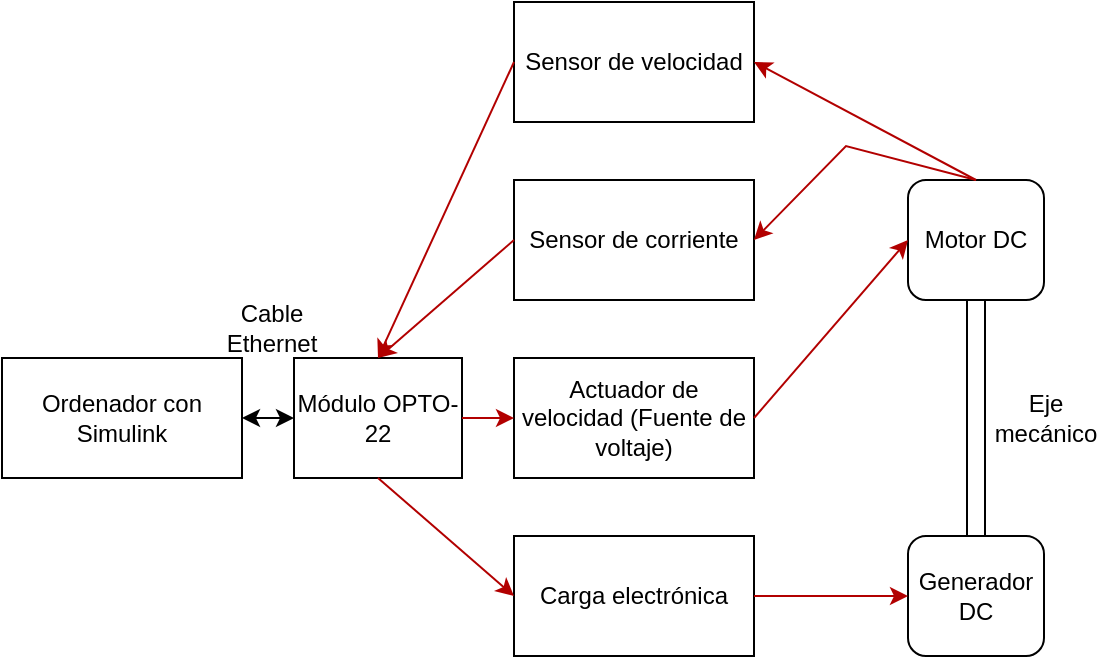
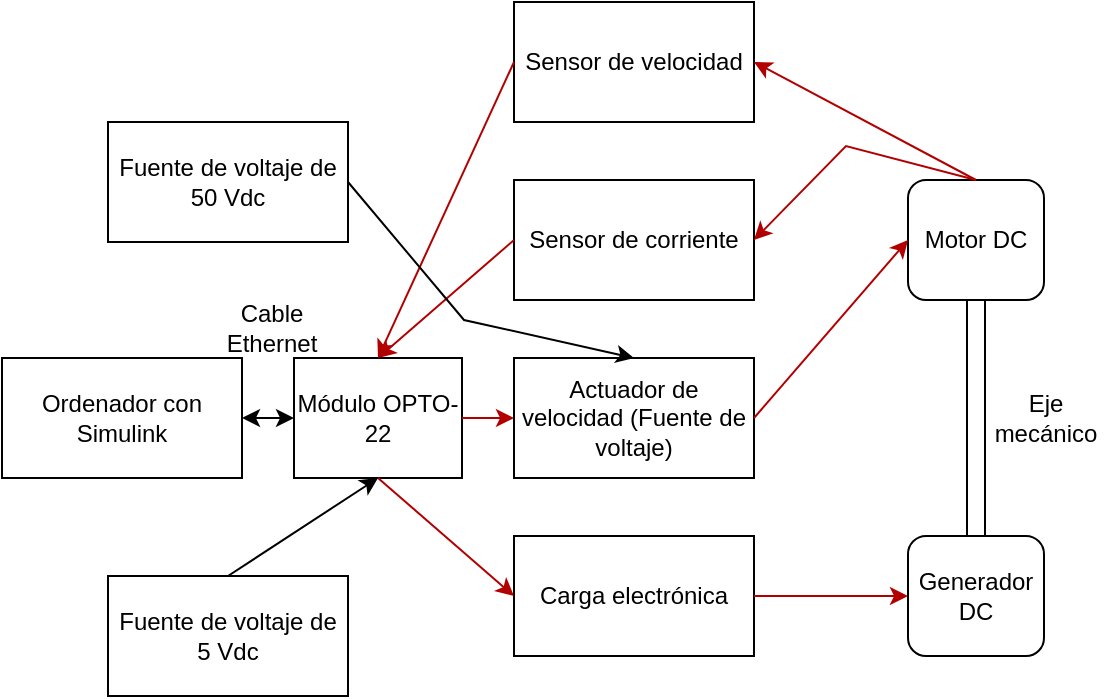
<mxfile host="app.diagrams.net" agent="Mozilla/5.0 (Windows NT 10.0; Win64; x64) AppleWebKit/537.36 (KHTML, like Gecko) Chrome/146.0.0.0 Safari/537.36">
  <diagram name="Page-1" id="ShHt2ZiYp_5Drl9_ofMf">
-     <mxGraphModel dx="1030" dy="619" grid="0" gridSize="10" guides="1" tooltips="1" connect="1" arrows="1" fold="1" page="1" pageScale="1" pageWidth="850" pageHeight="1100" math="0" shadow="0">
+     <mxGraphModel dx="1269" dy="601" grid="0" gridSize="10" guides="1" tooltips="1" connect="1" arrows="1" fold="1" page="1" pageScale="1" pageWidth="850" pageHeight="1100" math="0" shadow="0">
      <root>
        <mxCell id="0" />
        <mxCell id="1" parent="0" />
        <mxCell id="ESAjrUmxw6pbqdCfFex4-1" parent="1" style="rounded=0;whiteSpace=wrap;html=1;" value="Ordenador con Simulink" vertex="1">
          <mxGeometry height="60" width="120" x="114" y="237" as="geometry" />
        </mxCell>
        <mxCell id="ESAjrUmxw6pbqdCfFex4-3" parent="1" style="rounded=0;whiteSpace=wrap;html=1;" value="Actuador de velocidad (Fuente de voltaje)" vertex="1">
          <mxGeometry height="60" width="120" x="370" y="237" as="geometry" />
        </mxCell>
        <mxCell id="ESAjrUmxw6pbqdCfFex4-7" parent="1" style="rounded=0;whiteSpace=wrap;html=1;" value="Módulo OPTO-22" vertex="1">
          <mxGeometry height="60" width="84" x="260" y="237" as="geometry" />
        </mxCell>
        <mxCell id="ESAjrUmxw6pbqdCfFex4-8" edge="1" parent="1" source="ESAjrUmxw6pbqdCfFex4-1" style="endArrow=classic;startArrow=classic;html=1;rounded=0;entryX=0;entryY=0.5;entryDx=0;entryDy=0;exitX=1;exitY=0.5;exitDx=0;exitDy=0;" target="ESAjrUmxw6pbqdCfFex4-7" value="">
          <mxGeometry height="50" relative="1" width="50" as="geometry">
            <mxPoint x="258" y="316" as="sourcePoint" />
            <mxPoint x="308" y="266" as="targetPoint" />
          </mxGeometry>
        </mxCell>
        <mxCell id="ESAjrUmxw6pbqdCfFex4-10" parent="1" style="rounded=0;whiteSpace=wrap;html=1;" value="Sensor de corriente" vertex="1">
          <mxGeometry height="60" width="120" x="370" y="148" as="geometry" />
        </mxCell>
        <mxCell id="ESAjrUmxw6pbqdCfFex4-11" parent="1" style="rounded=0;whiteSpace=wrap;html=1;" value="Carga electrónica" vertex="1">
          <mxGeometry height="60" width="120" x="370" y="326" as="geometry" />
        </mxCell>
        <mxCell id="ESAjrUmxw6pbqdCfFex4-12" edge="1" parent="1" source="ESAjrUmxw6pbqdCfFex4-7" style="endArrow=classic;html=1;rounded=0;entryX=0;entryY=0.5;entryDx=0;entryDy=0;exitX=1;exitY=0.5;exitDx=0;exitDy=0;fillColor=#e51400;strokeColor=#B20000;" target="ESAjrUmxw6pbqdCfFex4-3" value="">
          <mxGeometry height="50" relative="1" width="50" as="geometry">
            <mxPoint x="408" y="321" as="sourcePoint" />
            <mxPoint x="458" y="271" as="targetPoint" />
          </mxGeometry>
        </mxCell>
        <mxCell id="ESAjrUmxw6pbqdCfFex4-14" edge="1" parent="1" source="ESAjrUmxw6pbqdCfFex4-7" style="endArrow=classic;html=1;rounded=0;entryX=0;entryY=0.5;entryDx=0;entryDy=0;exitX=0.5;exitY=1;exitDx=0;exitDy=0;fillColor=#e51400;strokeColor=#B20000;" target="ESAjrUmxw6pbqdCfFex4-11" value="">
          <mxGeometry height="50" relative="1" width="50" as="geometry">
            <mxPoint x="408" y="321" as="sourcePoint" />
            <mxPoint x="458" y="271" as="targetPoint" />
          </mxGeometry>
        </mxCell>
        <mxCell id="ESAjrUmxw6pbqdCfFex4-15" edge="1" parent="1" source="ESAjrUmxw6pbqdCfFex4-10" style="endArrow=classic;html=1;rounded=0;entryX=0.5;entryY=0;entryDx=0;entryDy=0;exitX=0;exitY=0.5;exitDx=0;exitDy=0;fillColor=#e51400;strokeColor=#B20000;" target="ESAjrUmxw6pbqdCfFex4-7" value="">
          <mxGeometry height="50" relative="1" width="50" as="geometry">
            <mxPoint x="408" y="321" as="sourcePoint" />
            <mxPoint x="458" y="271" as="targetPoint" />
          </mxGeometry>
        </mxCell>
        <mxCell id="ESAjrUmxw6pbqdCfFex4-16" parent="1" style="rounded=1;whiteSpace=wrap;html=1;" value="Motor DC" vertex="1">
          <mxGeometry height="60" width="68" x="567" y="148" as="geometry" />
        </mxCell>
        <mxCell id="ESAjrUmxw6pbqdCfFex4-18" parent="1" style="rounded=1;whiteSpace=wrap;html=1;" value="Generador DC" vertex="1">
          <mxGeometry height="60" width="68" x="567" y="326" as="geometry" />
        </mxCell>
        <mxCell id="ESAjrUmxw6pbqdCfFex4-20" edge="1" parent="1" source="ESAjrUmxw6pbqdCfFex4-18" style="shape=link;html=1;rounded=0;width=9;entryX=0.5;entryY=1;entryDx=0;entryDy=0;exitX=0.5;exitY=0;exitDx=0;exitDy=0;" target="ESAjrUmxw6pbqdCfFex4-16" value="">
          <mxGeometry relative="1" width="100" as="geometry">
            <mxPoint x="562" y="257" as="sourcePoint" />
            <mxPoint x="662" y="257" as="targetPoint" />
          </mxGeometry>
        </mxCell>
        <mxCell id="ESAjrUmxw6pbqdCfFex4-21" edge="1" parent="1" source="ESAjrUmxw6pbqdCfFex4-3" style="endArrow=classic;html=1;rounded=0;entryX=0;entryY=0.5;entryDx=0;entryDy=0;exitX=1;exitY=0.5;exitDx=0;exitDy=0;fillColor=#e51400;strokeColor=#B20000;" target="ESAjrUmxw6pbqdCfFex4-16" value="">
          <mxGeometry height="50" relative="1" width="50" as="geometry">
            <mxPoint x="514" y="232" as="sourcePoint" />
            <mxPoint x="564" y="182" as="targetPoint" />
          </mxGeometry>
        </mxCell>
        <mxCell id="ESAjrUmxw6pbqdCfFex4-23" parent="1" style="rounded=0;whiteSpace=wrap;html=1;" value="Sensor de velocidad" vertex="1">
          <mxGeometry height="60" width="120" x="370" y="59" as="geometry" />
        </mxCell>
        <mxCell id="ESAjrUmxw6pbqdCfFex4-24" edge="1" parent="1" source="ESAjrUmxw6pbqdCfFex4-11" style="endArrow=classic;html=1;rounded=0;entryX=0;entryY=0.5;entryDx=0;entryDy=0;exitX=1;exitY=0.5;exitDx=0;exitDy=0;fillColor=#e51400;strokeColor=#B20000;" target="ESAjrUmxw6pbqdCfFex4-18" value="">
          <mxGeometry height="50" relative="1" width="50" as="geometry">
            <mxPoint x="498" y="425" as="sourcePoint" />
            <mxPoint x="548" y="375" as="targetPoint" />
          </mxGeometry>
        </mxCell>
        <mxCell id="ESAjrUmxw6pbqdCfFex4-25" parent="1" style="text;html=1;whiteSpace=wrap;strokeColor=none;fillColor=none;align=center;verticalAlign=middle;rounded=0;" value="Eje mecánico" vertex="1">
          <mxGeometry height="30" width="60" x="606" y="252" as="geometry" />
        </mxCell>
        <mxCell id="ESAjrUmxw6pbqdCfFex4-26" edge="1" parent="1" source="ESAjrUmxw6pbqdCfFex4-23" style="endArrow=classic;html=1;rounded=0;entryX=0.5;entryY=0;entryDx=0;entryDy=0;exitX=0;exitY=0.5;exitDx=0;exitDy=0;fillColor=#e51400;strokeColor=#B20000;" target="ESAjrUmxw6pbqdCfFex4-7" value="">
          <mxGeometry height="50" relative="1" width="50" as="geometry">
            <mxPoint x="408" y="306" as="sourcePoint" />
            <mxPoint x="458" y="256" as="targetPoint" />
          </mxGeometry>
        </mxCell>
        <mxCell id="ESAjrUmxw6pbqdCfFex4-28" edge="1" parent="1" source="ESAjrUmxw6pbqdCfFex4-16" style="endArrow=classic;html=1;rounded=0;entryX=1;entryY=0.5;entryDx=0;entryDy=0;exitX=0.5;exitY=0;exitDx=0;exitDy=0;fillColor=#e51400;strokeColor=#B20000;" target="ESAjrUmxw6pbqdCfFex4-23" value="">
          <mxGeometry height="50" relative="1" width="50" as="geometry">
            <mxPoint x="538" y="114" as="sourcePoint" />
            <mxPoint x="588" y="64" as="targetPoint" />
          </mxGeometry>
        </mxCell>
        <mxCell id="ESAjrUmxw6pbqdCfFex4-29" edge="1" parent="1" source="ESAjrUmxw6pbqdCfFex4-16" style="endArrow=classic;html=1;rounded=0;entryX=1;entryY=0.5;entryDx=0;entryDy=0;exitX=0.5;exitY=0;exitDx=0;exitDy=0;fillColor=#e51400;strokeColor=#B20000;" target="ESAjrUmxw6pbqdCfFex4-10" value="">
          <mxGeometry height="50" relative="1" width="50" as="geometry">
            <Array as="points">
              <mxPoint x="536" y="131" />
            </Array>
            <mxPoint x="604" y="121" as="sourcePoint" />
            <mxPoint x="567" y="116" as="targetPoint" />
          </mxGeometry>
        </mxCell>
        <mxCell id="ESAjrUmxw6pbqdCfFex4-30" parent="1" style="text;html=1;whiteSpace=wrap;strokeColor=none;fillColor=none;align=center;verticalAlign=middle;rounded=0;" value="Cable Ethernet" vertex="1">
          <mxGeometry height="30" width="60" x="219" y="207" as="geometry" />
        </mxCell>
+         <mxCell id="dQN-BuYi1hSlsinTRcC0-1" parent="1" style="rounded=0;whiteSpace=wrap;html=1;" value="Fuente de voltaje de 50 Vdc" vertex="1">
+           <mxGeometry height="60" width="120" x="167" y="119" as="geometry" />
+         </mxCell>
+         <mxCell id="dQN-BuYi1hSlsinTRcC0-2" edge="1" parent="1" source="dQN-BuYi1hSlsinTRcC0-1" style="endArrow=classic;html=1;rounded=0;exitX=1;exitY=0.5;exitDx=0;exitDy=0;entryX=0.5;entryY=0;entryDx=0;entryDy=0;" target="ESAjrUmxw6pbqdCfFex4-3" value="">
+           <mxGeometry height="50" relative="1" width="50" as="geometry">
+             <Array as="points">
+               <mxPoint x="345" y="218" />
+             </Array>
+             <mxPoint x="400" y="331" as="sourcePoint" />
+             <mxPoint x="450" y="281" as="targetPoint" />
+           </mxGeometry>
+         </mxCell>
+         <mxCell id="dQN-BuYi1hSlsinTRcC0-3" parent="1" style="rounded=0;whiteSpace=wrap;html=1;" value="Fuente de voltaje de 5 Vdc" vertex="1">
+           <mxGeometry height="60" width="120" x="167" y="346" as="geometry" />
+         </mxCell>
+         <mxCell id="dQN-BuYi1hSlsinTRcC0-4" edge="1" parent="1" source="dQN-BuYi1hSlsinTRcC0-3" style="endArrow=classic;html=1;rounded=0;entryX=0.5;entryY=1;entryDx=0;entryDy=0;exitX=0.5;exitY=0;exitDx=0;exitDy=0;" target="ESAjrUmxw6pbqdCfFex4-7" value="">
+           <mxGeometry height="50" relative="1" width="50" as="geometry">
+             <mxPoint x="400" y="331" as="sourcePoint" />
+             <mxPoint x="450" y="281" as="targetPoint" />
+           </mxGeometry>
+         </mxCell>
      </root>
    </mxGraphModel>
  </diagram>
</mxfile>
